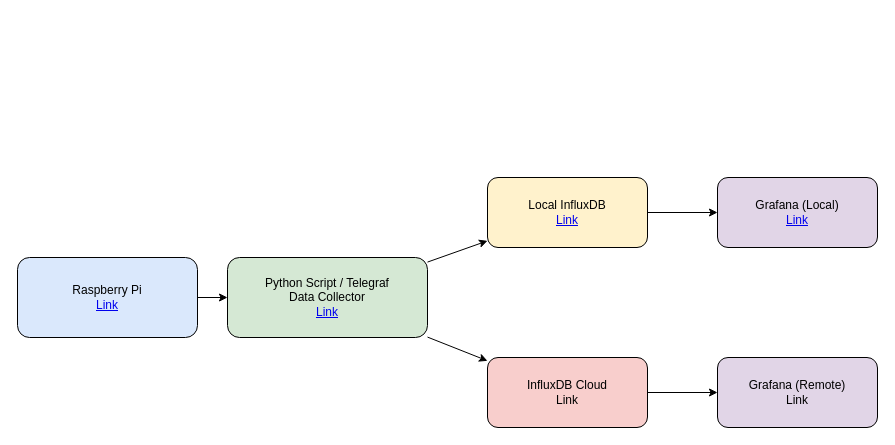
Before: Architecture.drawio in HexaEmbed/03_PradeepSir, a draw.io diagram. Source tidied: cells renumbered, new cells numbered last; positions are measured from the earlier drawing's top-left corner, leaving out a move shared by most shapes. Both pictures are drawn from the tidied source at 100%, with x=0, y=0 at pixel (17, 177).
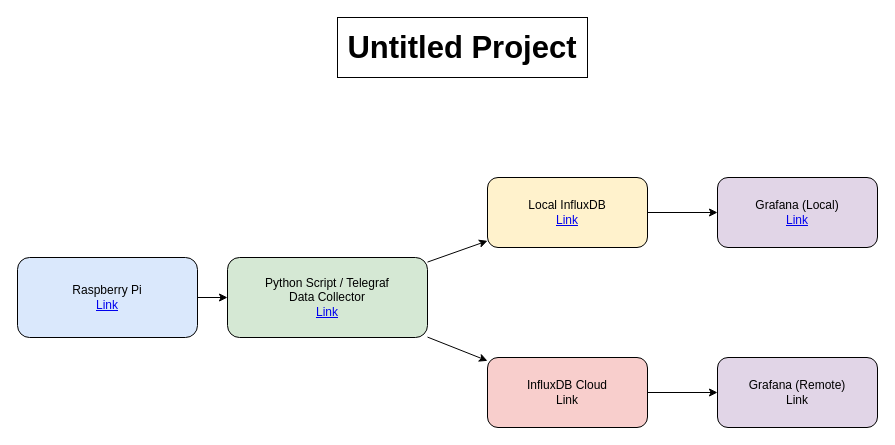
The same page after the edit.

Change to the diagram source:
```diff
@@
 <mxGraphModel>
   <root>
     <mxCell id="0" />
     <mxCell id="1" parent="0" />
     <mxCell id="2" value="Raspberry Pi&lt;br&gt;&lt;a href=&quot;https://github.com/HexaEmbed/03_PradeepSir.git&quot;&gt;Link&lt;/a&gt;" style="rounded=1;whiteSpace=wrap;html=1;fillColor=#dae8fc;" parent="1" vertex="1">
       <mxGeometry y="80" width="180" height="80" as="geometry" />
     </mxCell>
     <mxCell id="3" value="Python Script / Telegraf&lt;br&gt;Data Collector&lt;div&gt;&lt;a href=&quot;https://github.com/HexaEmbed/03_PradeepSir.git&quot;&gt;Link&lt;/a&gt;&lt;/div&gt;" style="rounded=1;whiteSpace=wrap;html=1;fillColor=#d5e8d4;" parent="1" vertex="1">
       <mxGeometry x="210" y="80" width="200" height="80" as="geometry" />
     </mxCell>
     <mxCell id="4" value="Local InfluxDB&lt;div&gt;&lt;a href=&quot;https://github.com/HexaEmbed/03_PradeepSir.git&quot;&gt;Link&lt;/a&gt;&lt;/div&gt;" style="rounded=1;whiteSpace=wrap;html=1;fillColor=#fff2cc;" parent="1" vertex="1">
       <mxGeometry x="470" width="160" height="70" as="geometry" />
     </mxCell>
     <mxCell id="5" value="InfluxDB Cloud&lt;div&gt;Link&lt;/div&gt;" style="rounded=1;whiteSpace=wrap;html=1;fillColor=#f8cecc;" parent="1" vertex="1">
       <mxGeometry x="470" y="180" width="160" height="70" as="geometry" />
     </mxCell>
     <mxCell id="6" value="Grafana (Local)&lt;div&gt;&lt;a href=&quot;https://github.com/HexaEmbed/03_PradeepSir.git&quot;&gt;Link&lt;/a&gt;&lt;/div&gt;" style="rounded=1;whiteSpace=wrap;html=1;fillColor=#e1d5e7;" parent="1" vertex="1">
       <mxGeometry x="700" width="160" height="70" as="geometry" />
     </mxCell>
     <mxCell id="7" value="Grafana (Remote)&lt;div&gt;Link&lt;/div&gt;" style="rounded=1;whiteSpace=wrap;html=1;fillColor=#e1d5e7;" parent="1" vertex="1">
       <mxGeometry x="700" y="180" width="160" height="70" as="geometry" />
     </mxCell>
     <mxCell id="8" parent="1" edge="1" source="2" target="3">
       <mxGeometry relative="1" as="geometry" />
     </mxCell>
     <mxCell id="9" parent="1" edge="1" source="3" target="4">
       <mxGeometry relative="1" as="geometry" />
     </mxCell>
     <mxCell id="10" parent="1" edge="1" source="3" target="5">
       <mxGeometry relative="1" as="geometry" />
     </mxCell>
     <mxCell id="11" parent="1" edge="1" source="4" target="6">
       <mxGeometry relative="1" as="geometry" />
     </mxCell>
     <mxCell id="12" parent="1" edge="1" source="5" target="7">
       <mxGeometry relative="1" as="geometry" />
     </mxCell>
+    <mxCell id="13" value="&lt;span style=&quot;background-color: light-dark(#ffffff, var(--ge-dark-color, #121212));&quot;&gt;Untitled Project&lt;/span&gt;" style="rounded=0;whiteSpace=wrap;html=1;fontStyle=1;fontSize=31;" parent="1" vertex="1">
+      <mxGeometry x="320" y="-160" width="250" height="60" as="geometry" />
+    </mxCell>
   </root>
 </mxGraphModel>
```
